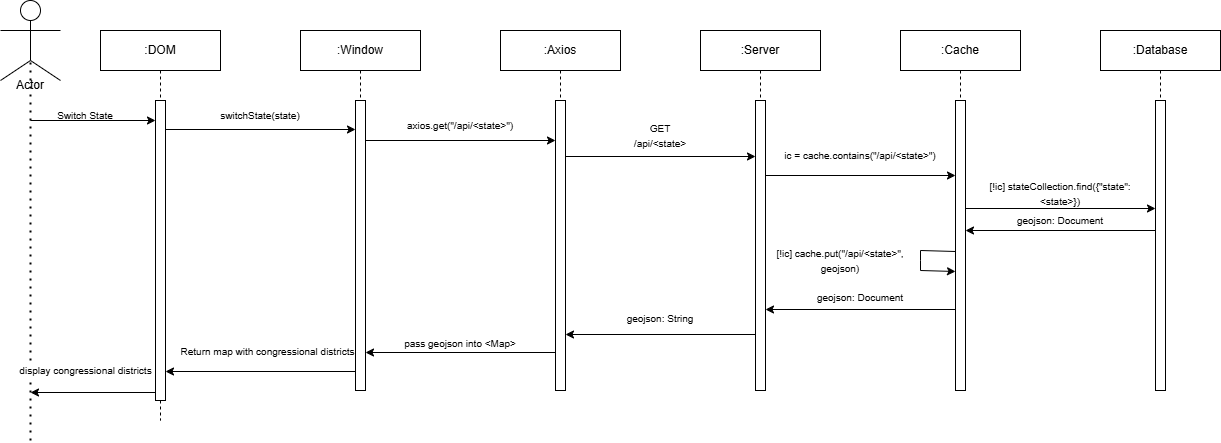
This is design/GUI_1.png from MelvAziz/CSE-416, a draw.io export, as it was before one commit. Source tidied: cells renumbered, new cells last; positions are measured from the earlier drawing's top-left corner, leaving out a move shared by most shapes. Source of this version:
```xml
<mxGraphModel>
  <root>
    <mxCell id="0" />
    <mxCell id="1" parent="0" />
    <mxCell id="2" value=":DOM" style="shape=umlLifeline;perimeter=lifelinePerimeter;whiteSpace=wrap;html=1;newEdgeStyle={&quot;edgeStyle&quot;:&quot;elbowEdgeStyle&quot;,&quot;elbow&quot;:&quot;vertical&quot;,&quot;curved&quot;:0,&quot;rounded&quot;:0};" parent="1" vertex="1">
      <mxGeometry x="100" y="30" width="120" height="390" as="geometry" />
    </mxCell>
    <mxCell id="3" style="html=1;points=[];perimeter=orthogonalPerimeter;outlineConnect=0;targetShapes=umlLifeline;portConstraint=eastwest;newEdgeStyle={&quot;edgeStyle&quot;:&quot;elbowEdgeStyle&quot;,&quot;elbow&quot;:&quot;vertical&quot;,&quot;curved&quot;:0,&quot;rounded&quot;:0};" parent="2" vertex="1">
      <mxGeometry x="55" y="70" width="10" height="300" as="geometry" />
    </mxCell>
    <mxCell id="4" style="ellipse;whiteSpace=wrap;html=1;" parent="1" vertex="1">
      <mxGeometry x="20" width="20" height="20" as="geometry" />
    </mxCell>
    <mxCell id="5" style="endArrow=none;html=1;rounded=0;" parent="1" edge="1">
      <mxGeometry relative="1" as="geometry">
        <mxPoint y="30" as="sourcePoint" />
        <mxPoint x="60" y="30" as="targetPoint" />
      </mxGeometry>
    </mxCell>
    <mxCell id="6" style="endArrow=none;html=1;rounded=0;entryX=0.5;entryY=1;entryDx=0;entryDy=0;" parent="1" edge="1" target="4">
      <mxGeometry relative="1" as="geometry">
        <mxPoint x="30" y="60" as="sourcePoint" />
      </mxGeometry>
    </mxCell>
    <mxCell id="7" style="endArrow=none;html=1;rounded=0;" parent="1" edge="1">
      <mxGeometry relative="1" as="geometry">
        <mxPoint y="80" as="sourcePoint" />
        <mxPoint x="30" y="60" as="targetPoint" />
      </mxGeometry>
    </mxCell>
    <mxCell id="8" style="endArrow=none;html=1;rounded=0;" parent="1" edge="1">
      <mxGeometry relative="1" as="geometry">
        <mxPoint x="60" y="80" as="sourcePoint" />
        <mxPoint x="30" y="60" as="targetPoint" />
      </mxGeometry>
    </mxCell>
    <mxCell id="9" value="Actor" style="text;html=1;align=center;verticalAlign=middle;whiteSpace=wrap;rounded=0;" parent="1" vertex="1">
      <mxGeometry y="70" width="60" height="30" as="geometry" />
    </mxCell>
    <mxCell id="10" style="endArrow=none;dashed=1;html=1;dashPattern=1 3;strokeWidth=2;rounded=0;" parent="1" edge="1">
      <mxGeometry relative="1" as="geometry">
        <mxPoint x="30" y="440" as="sourcePoint" />
        <mxPoint x="30" y="60" as="targetPoint" />
      </mxGeometry>
    </mxCell>
    <mxCell id="11" style="endArrow=classic;html=1;rounded=0;" parent="1" edge="1" target="3">
      <mxGeometry relative="1" as="geometry">
        <mxPoint x="30" y="120" as="sourcePoint" />
      </mxGeometry>
    </mxCell>
    <mxCell id="12" value="&lt;span style=&quot;font-size: 10px;&quot;&gt;Switch State&lt;/span&gt;" style="text;html=1;align=center;verticalAlign=middle;whiteSpace=wrap;rounded=0;" parent="1" vertex="1">
      <mxGeometry x="30" y="100" width="110" height="30" as="geometry" />
    </mxCell>
    <mxCell id="13" style="endArrow=classic;html=1;rounded=0;" parent="1" edge="1">
      <mxGeometry relative="1" as="geometry">
        <mxPoint x="165" y="129" as="sourcePoint" />
        <mxPoint x="355" y="129" as="targetPoint" />
      </mxGeometry>
    </mxCell>
    <mxCell id="14" value="&lt;font style=&quot;font-size: 10px;&quot;&gt;switchState(state)&lt;/font&gt;" style="text;html=1;align=center;verticalAlign=middle;whiteSpace=wrap;rounded=0;" parent="1" vertex="1">
      <mxGeometry x="220" y="100" width="80" height="30" as="geometry" />
    </mxCell>
    <mxCell id="15" style="endArrow=classic;html=1;rounded=0;" parent="1" edge="1" target="20">
      <mxGeometry relative="1" as="geometry">
        <mxPoint x="360" y="140" as="sourcePoint" />
      </mxGeometry>
    </mxCell>
    <mxCell id="16" value="&lt;font style=&quot;font-size: 10px;&quot;&gt;axios.get(&quot;/api/&amp;lt;state&amp;gt;&quot;)&lt;/font&gt;" style="text;html=1;align=center;verticalAlign=middle;whiteSpace=wrap;rounded=0;" parent="1" vertex="1">
      <mxGeometry x="370" y="110" width="180" height="30" as="geometry" />
    </mxCell>
    <mxCell id="17" value=":Window" style="shape=umlLifeline;perimeter=lifelinePerimeter;whiteSpace=wrap;html=1;newEdgeStyle={&quot;edgeStyle&quot;:&quot;elbowEdgeStyle&quot;,&quot;elbow&quot;:&quot;vertical&quot;,&quot;curved&quot;:0,&quot;rounded&quot;:0};" parent="1" vertex="1">
      <mxGeometry x="300" y="30" width="120" height="360" as="geometry" />
    </mxCell>
    <mxCell id="18" style="html=1;perimeter=orthogonalPerimeter;targetShapes=umlLifeline;newEdgeStyle={&quot;edgeStyle&quot;:&quot;elbowEdgeStyle&quot;,&quot;elbow&quot;:&quot;vertical&quot;,&quot;curved&quot;:0,&quot;rounded&quot;:0};" parent="17" vertex="1">
      <mxGeometry x="55" y="70" width="10" height="290" as="geometry" />
    </mxCell>
    <mxCell id="19" value=":Axios" style="shape=umlLifeline;perimeter=lifelinePerimeter;whiteSpace=wrap;html=1;newEdgeStyle={&quot;edgeStyle&quot;:&quot;elbowEdgeStyle&quot;,&quot;elbow&quot;:&quot;vertical&quot;,&quot;curved&quot;:0,&quot;rounded&quot;:0};" parent="1" vertex="1">
      <mxGeometry x="500" y="30" width="120" height="360" as="geometry" />
    </mxCell>
    <mxCell id="20" style="html=1;points=[];perimeter=orthogonalPerimeter;outlineConnect=0;targetShapes=umlLifeline;portConstraint=eastwest;newEdgeStyle={&quot;edgeStyle&quot;:&quot;elbowEdgeStyle&quot;,&quot;elbow&quot;:&quot;vertical&quot;,&quot;curved&quot;:0,&quot;rounded&quot;:0};" parent="19" vertex="1">
      <mxGeometry x="55" y="70" width="10" height="290" as="geometry" />
    </mxCell>
    <mxCell id="21" value=":Server" style="shape=umlLifeline;perimeter=lifelinePerimeter;whiteSpace=wrap;html=1;newEdgeStyle={&quot;edgeStyle&quot;:&quot;elbowEdgeStyle&quot;,&quot;elbow&quot;:&quot;vertical&quot;,&quot;curved&quot;:0,&quot;rounded&quot;:0};" parent="1" vertex="1">
      <mxGeometry x="700" y="30" width="120" height="360" as="geometry" />
    </mxCell>
    <mxCell id="22" style="html=1;perimeter=orthogonalPerimeter;targetShapes=umlLifeline;newEdgeStyle={&quot;edgeStyle&quot;:&quot;elbowEdgeStyle&quot;,&quot;elbow&quot;:&quot;vertical&quot;,&quot;curved&quot;:0,&quot;rounded&quot;:0};" parent="21" vertex="1">
      <mxGeometry x="55" y="70" width="10" height="290" as="geometry" />
    </mxCell>
    <mxCell id="23" style="endArrow=classic;html=1;rounded=0;" parent="1" edge="1">
      <mxGeometry relative="1" as="geometry">
        <mxPoint x="565" y="156" as="sourcePoint" />
        <mxPoint x="755" y="156" as="targetPoint" />
      </mxGeometry>
    </mxCell>
    <mxCell id="24" value="&lt;span style=&quot;font-size: 10px;&quot;&gt;GET&lt;/span&gt;&lt;div&gt;&lt;span style=&quot;font-size: 10px;&quot;&gt;/api/&amp;lt;state&amp;gt;&lt;/span&gt;&lt;/div&gt;" style="text;html=1;align=center;verticalAlign=middle;whiteSpace=wrap;rounded=0;" parent="1" vertex="1">
      <mxGeometry x="570" y="120" width="180" height="30" as="geometry" />
    </mxCell>
    <mxCell id="25" value=":Cache" style="shape=umlLifeline;perimeter=lifelinePerimeter;whiteSpace=wrap;html=1;newEdgeStyle={&quot;edgeStyle&quot;:&quot;elbowEdgeStyle&quot;,&quot;elbow&quot;:&quot;vertical&quot;,&quot;curved&quot;:0,&quot;rounded&quot;:0};" parent="1" vertex="1">
      <mxGeometry x="900" y="30" width="120" height="360" as="geometry" />
    </mxCell>
    <mxCell id="26" style="html=1;perimeter=orthogonalPerimeter;targetShapes=umlLifeline;newEdgeStyle={&quot;edgeStyle&quot;:&quot;elbowEdgeStyle&quot;,&quot;elbow&quot;:&quot;vertical&quot;,&quot;curved&quot;:0,&quot;rounded&quot;:0};" parent="25" vertex="1">
      <mxGeometry x="55" y="70" width="10" height="290" as="geometry" />
    </mxCell>
    <mxCell id="27" style="endArrow=classic;html=1;rounded=0;" parent="25" edge="1">
      <mxGeometry relative="1" as="geometry">
        <mxPoint x="55" y="221" as="sourcePoint" />
        <mxPoint x="55" y="241" as="targetPoint" />
        <Array as="points">
          <mxPoint x="20" y="220" />
          <mxPoint x="20" y="230" />
          <mxPoint x="20" y="240" />
        </Array>
      </mxGeometry>
    </mxCell>
    <mxCell id="28" value=":Database" style="shape=umlLifeline;perimeter=lifelinePerimeter;whiteSpace=wrap;html=1;newEdgeStyle={&quot;edgeStyle&quot;:&quot;elbowEdgeStyle&quot;,&quot;elbow&quot;:&quot;vertical&quot;,&quot;curved&quot;:0,&quot;rounded&quot;:0};" parent="1" vertex="1">
      <mxGeometry x="1100" y="30" width="120" height="360" as="geometry" />
    </mxCell>
    <mxCell id="29" style="html=1;perimeter=orthogonalPerimeter;targetShapes=umlLifeline;newEdgeStyle={&quot;edgeStyle&quot;:&quot;elbowEdgeStyle&quot;,&quot;elbow&quot;:&quot;vertical&quot;,&quot;curved&quot;:0,&quot;rounded&quot;:0};" parent="28" vertex="1">
      <mxGeometry x="55" y="70" width="10" height="290" as="geometry" />
    </mxCell>
    <mxCell id="30" style="endArrow=classic;html=1;rounded=0;" parent="1" edge="1">
      <mxGeometry relative="1" as="geometry">
        <mxPoint x="765" y="175" as="sourcePoint" />
        <mxPoint x="955" y="175" as="targetPoint" />
      </mxGeometry>
    </mxCell>
    <mxCell id="31" value="&lt;span style=&quot;font-size: 10px;&quot;&gt;ic = cache.contains(&quot;&lt;/span&gt;&lt;span style=&quot;font-size: 10px;&quot;&gt;/api/&amp;lt;state&amp;gt;&quot;&lt;/span&gt;&lt;span style=&quot;font-size: 10px;&quot;&gt;)&lt;/span&gt;" style="text;html=1;align=center;verticalAlign=middle;whiteSpace=wrap;rounded=0;" parent="1" vertex="1">
      <mxGeometry x="770" y="140" width="180" height="30" as="geometry" />
    </mxCell>
    <mxCell id="32" style="endArrow=classic;html=1;rounded=0;" parent="1" edge="1">
      <mxGeometry relative="1" as="geometry">
        <mxPoint x="965" y="208" as="sourcePoint" />
        <mxPoint x="1155" y="208" as="targetPoint" />
      </mxGeometry>
    </mxCell>
    <mxCell id="33" value="&lt;font style=&quot;font-size: 10px;&quot;&gt;[!ic] stateCollection.find({&quot;state&quot;: &amp;lt;state&amp;gt;})&lt;/font&gt;" style="text;html=1;align=center;verticalAlign=middle;whiteSpace=wrap;rounded=0;" parent="1" vertex="1">
      <mxGeometry x="970" y="178" width="180" height="30" as="geometry" />
    </mxCell>
    <mxCell id="34" style="endArrow=classic;html=1;rounded=0;" parent="1" edge="1">
      <mxGeometry relative="1" as="geometry">
        <mxPoint x="1155" y="230" as="sourcePoint" />
        <mxPoint x="965" y="230" as="targetPoint" />
      </mxGeometry>
    </mxCell>
    <mxCell id="35" value="&lt;span style=&quot;font-size: 10px;&quot;&gt;geojson: Document&lt;/span&gt;" style="text;html=1;align=center;verticalAlign=middle;whiteSpace=wrap;rounded=0;" parent="1" vertex="1">
      <mxGeometry x="970" y="210" width="180" height="20" as="geometry" />
    </mxCell>
    <mxCell id="36" style="endArrow=classic;html=1;rounded=0;" parent="1" edge="1">
      <mxGeometry relative="1" as="geometry">
        <mxPoint x="955" y="309" as="sourcePoint" />
        <mxPoint x="765" y="309" as="targetPoint" />
      </mxGeometry>
    </mxCell>
    <mxCell id="37" value="&lt;span style=&quot;font-size: 10px;&quot;&gt;geojson: Document&lt;/span&gt;" style="text;html=1;align=center;verticalAlign=middle;whiteSpace=wrap;rounded=0;" parent="1" vertex="1">
      <mxGeometry x="770" y="289" width="180" height="16" as="geometry" />
    </mxCell>
    <mxCell id="38" style="endArrow=classic;html=1;rounded=0;" parent="1" edge="1">
      <mxGeometry relative="1" as="geometry">
        <mxPoint x="755" y="334" as="sourcePoint" />
        <mxPoint x="565" y="334" as="targetPoint" />
      </mxGeometry>
    </mxCell>
    <mxCell id="39" value="&lt;span style=&quot;font-size: 10px;&quot;&gt;geojson: String&lt;/span&gt;" style="text;html=1;align=center;verticalAlign=middle;whiteSpace=wrap;rounded=0;" parent="1" vertex="1">
      <mxGeometry x="570" y="308" width="180" height="20" as="geometry" />
    </mxCell>
    <mxCell id="40" style="endArrow=classic;html=1;rounded=0;" parent="1" edge="1">
      <mxGeometry relative="1" as="geometry">
        <mxPoint x="555" y="352" as="sourcePoint" />
        <mxPoint x="365" y="352" as="targetPoint" />
      </mxGeometry>
    </mxCell>
    <mxCell id="41" value="&lt;span style=&quot;font-size: 10px;&quot;&gt;pass geojson into &amp;lt;Map&amp;gt;&lt;/span&gt;" style="text;html=1;align=center;verticalAlign=middle;whiteSpace=wrap;rounded=0;" parent="1" vertex="1">
      <mxGeometry x="370" y="333" width="180" height="20" as="geometry" />
    </mxCell>
    <mxCell id="42" style="endArrow=classic;html=1;rounded=0;exitX=1;exitY=1;exitDx=0;exitDy=0;" parent="1" edge="1">
      <mxGeometry relative="1" as="geometry">
        <mxPoint x="355" y="371" as="sourcePoint" />
        <mxPoint x="165" y="371" as="targetPoint" />
      </mxGeometry>
    </mxCell>
    <mxCell id="43" value="&lt;span style=&quot;font-size: 10px;&quot;&gt;Return map with congressional districts&lt;/span&gt;" style="edgeLabel;html=1;align=center;verticalAlign=middle;" parent="42" vertex="1">
      <mxGeometry x="-0.07" y="-2" relative="1" as="geometry">
        <mxPoint y="-18" as="offset" />
      </mxGeometry>
    </mxCell>
    <mxCell id="44" style="endArrow=classic;html=1;rounded=0;" parent="1" edge="1">
      <mxGeometry relative="1" as="geometry">
        <mxPoint x="155" y="392" as="sourcePoint" />
        <mxPoint x="30" y="392" as="targetPoint" />
      </mxGeometry>
    </mxCell>
    <mxCell id="45" value="&lt;span style=&quot;font-size: 10px;&quot;&gt;display congressional districts&lt;/span&gt;" style="edgeLabel;html=1;align=center;verticalAlign=middle;" parent="44" vertex="1">
      <mxGeometry x="-0.07" y="-2" relative="1" as="geometry">
        <mxPoint x="-12" y="-20" as="offset" />
      </mxGeometry>
    </mxCell>
    <mxCell id="46" value="&lt;font style=&quot;font-size: 10px;&quot;&gt;[!ic] cache.put(&quot;/api/&amp;lt;state&amp;gt;&quot;, geojson)&lt;/font&gt;" style="text;html=1;align=center;verticalAlign=middle;whiteSpace=wrap;rounded=0;" parent="1" vertex="1">
      <mxGeometry x="760" y="250" width="160" height="20" as="geometry" />
    </mxCell>
  </root>
</mxGraphModel>
```
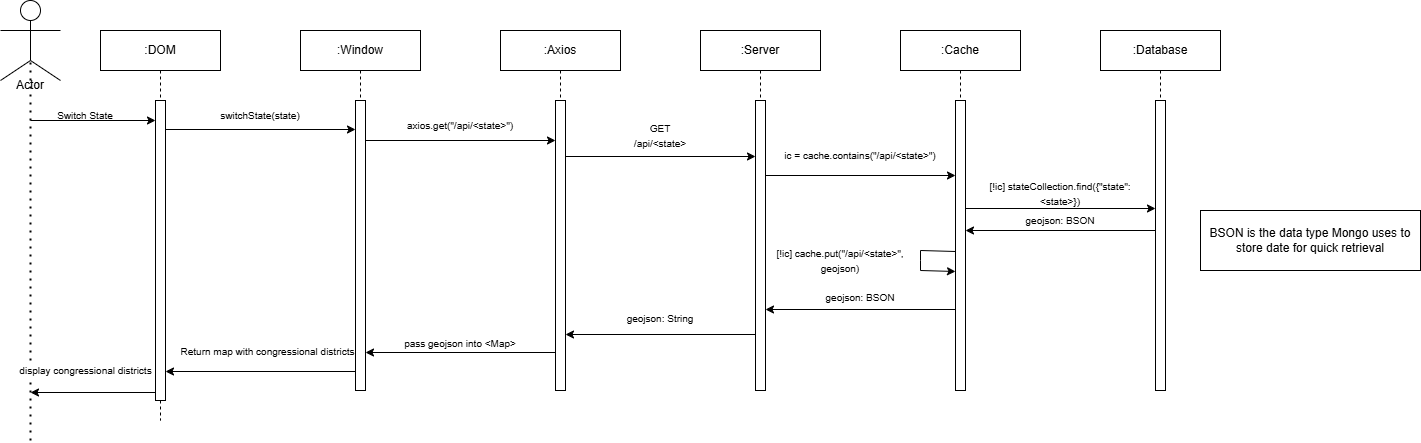
After the commit.

The edit, as a diff of the source:
```diff
@@ -142,7 +142,7 @@
         <mxPoint x="965" y="230" as="targetPoint" />
       </mxGeometry>
     </mxCell>
-    <mxCell id="35" value="&lt;span style=&quot;font-size: 10px;&quot;&gt;geojson: Document&lt;/span&gt;" style="text;html=1;align=center;verticalAlign=middle;whiteSpace=wrap;rounded=0;" parent="1" vertex="1">
+    <mxCell id="35" value="&lt;span style=&quot;font-size: 10px;&quot;&gt;geojson: BSON&lt;/span&gt;" style="text;html=1;align=center;verticalAlign=middle;whiteSpace=wrap;rounded=0;" parent="1" vertex="1">
       <mxGeometry x="970" y="210" width="180" height="20" as="geometry" />
     </mxCell>
     <mxCell id="36" style="endArrow=classic;html=1;rounded=0;" parent="1" edge="1">
@@ -151,7 +151,7 @@
         <mxPoint x="765" y="309" as="targetPoint" />
       </mxGeometry>
     </mxCell>
-    <mxCell id="37" value="&lt;span style=&quot;font-size: 10px;&quot;&gt;geojson: Document&lt;/span&gt;" style="text;html=1;align=center;verticalAlign=middle;whiteSpace=wrap;rounded=0;" parent="1" vertex="1">
+    <mxCell id="37" value="&lt;span style=&quot;font-size: 10px;&quot;&gt;geojson: BSON&lt;/span&gt;" style="text;html=1;align=center;verticalAlign=middle;whiteSpace=wrap;rounded=0;" parent="1" vertex="1">
       <mxGeometry x="770" y="289" width="180" height="16" as="geometry" />
     </mxCell>
     <mxCell id="38" style="endArrow=classic;html=1;rounded=0;" parent="1" edge="1">
@@ -197,5 +197,8 @@
     <mxCell id="46" value="&lt;font style=&quot;font-size: 10px;&quot;&gt;[!ic] cache.put(&quot;/api/&amp;lt;state&amp;gt;&quot;, geojson)&lt;/font&gt;" style="text;html=1;align=center;verticalAlign=middle;whiteSpace=wrap;rounded=0;" parent="1" vertex="1">
       <mxGeometry x="760" y="250" width="160" height="20" as="geometry" />
     </mxCell>
+    <mxCell id="47" value="BSON is the data type Mongo uses to store date for quick retrieval" style="rounded=0;whiteSpace=wrap;html=1;" parent="1" vertex="1">
+      <mxGeometry x="1200" y="210" width="220" height="60" as="geometry" />
+    </mxCell>
   </root>
 </mxGraphModel>
```
